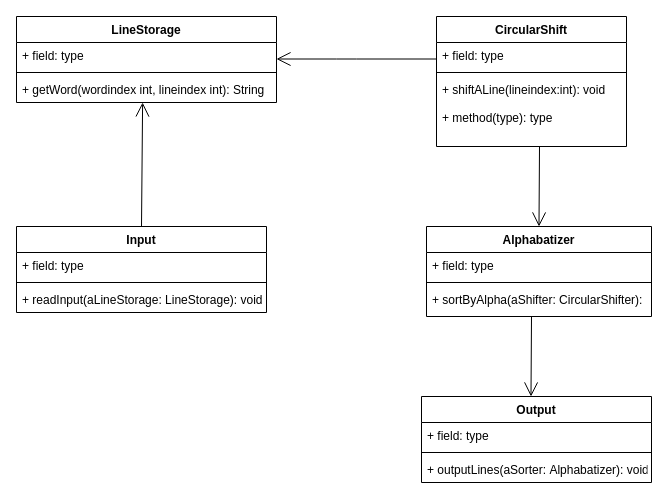
Earlier version of the draw.io diagram HW1:OO-KWIC.drawio (Shirlazybrat/Software-Design). Source tidied: cells renumbered, new cells numbered last; positions are measured from the earlier drawing's top-left corner, leaving out a move shared by most shapes. Both pictures are drawn from the tidied source at 100%, with x=0, y=0 at pixel (16, 16).
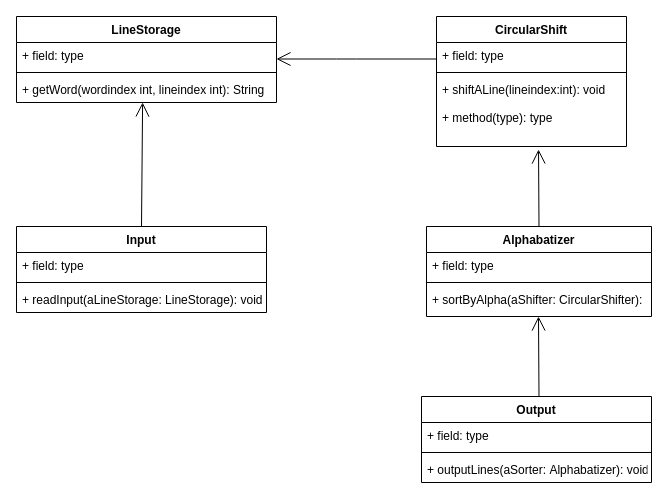
After the change.

The change refers to these unchanged cells:
```xml
<mxCell id="9" value="+ shiftALine(lineindex:int): void&#10;&#10;+ method(type): type" style="text;strokeColor=none;fillColor=none;align=left;verticalAlign=top;spacingLeft=4;spacingRight=4;overflow=hidden;points=[[0,0.5],[1,0.5]];portConstraint=eastwest;" parent="6" vertex="1">
  <mxGeometry y="60" width="190" height="70" as="geometry" />
</mxCell>
<mxCell id="11" value="Alphabatizer" style="swimlane;fontStyle=1;align=center;verticalAlign=top;horizontal=1;startSize=26;" parent="1" vertex="1">
  <mxGeometry x="410" y="210" width="225" height="90" as="geometry" />
</mxCell>
```

Change to the diagram source:
```diff
@@
-    <mxCell id="15" style="endArrow=open;endFill=1;endSize=12;html=1;entryX=0.5;entryY=0;entryDx=0;entryDy=0;" parent="1" edge="1" target="11">
-      <mxGeometry relative="1" as="geometry">
-        <mxPoint x="523" y="130" as="sourcePoint" />
-      </mxGeometry>
+    <mxCell id="15" style="endArrow=open;endFill=1;endSize=12;html=1;exitX=0.5;exitY=0;exitDx=0;exitDy=0;entryX=0.537;entryY=1.043;entryDx=0;entryDy=0;entryPerimeter=0;" parent="1" edge="1" source="11" target="9">
+      <mxGeometry relative="1" as="geometry" />
     </mxCell>
@@
-    <mxCell id="20" style="endArrow=open;endFill=1;endSize=12;html=1;entryX=0.5;entryY=0;entryDx=0;entryDy=0;" parent="1" edge="1">
+    <mxCell id="20" style="endArrow=open;endFill=1;endSize=12;html=1;" parent="1" edge="1">
       <mxGeometry relative="1" as="geometry">
-        <mxPoint x="515" y="300" as="sourcePoint" />
-        <mxPoint x="514.5" y="380" as="targetPoint" />
+        <mxPoint x="522.5" y="380" as="sourcePoint" />
+        <mxPoint x="522" y="300" as="targetPoint" />
       </mxGeometry>
     </mxCell>
```
